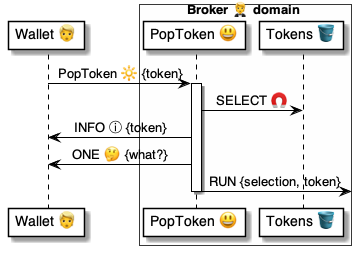
Before: 4 ⚙️ Solution/20 🧑‍🦰 UI/Brokers 🤵/🤵😃 Broker talkers/PopToken 🎫 talker/Token/🤵 PopToken ⚙️ uml.png, a diagram exported from PlantUML (pollyweb-org/pollyweb-docs). Its source is kept beside it as 4 ⚙️ Solution/20 🧑‍🦰 UI/Brokers 🤵/🤵😃 Broker talkers/PopToken 🎫 talker/Token/🤵 PopToken ⚙️ uml.puml. Its diagram source:
```plantuml
@startuml PopToken

participant "Wallet 👱" as wallet
box Broker 🤵 domain #FFFFFA
    participant "PopToken 😃" as popped
    participant "Tokens 🪣" as tokens
end box

wallet -> popped: PopToken 🔆 {token}


activate popped
    popped -> tokens: SELECT 🧲
    popped -> wallet: INFO ⓘ {token}
    popped -> wallet: ONE 🤔 {what?}
    popped -> : RUN {selection, token}
deactivate popped

@enduml
```
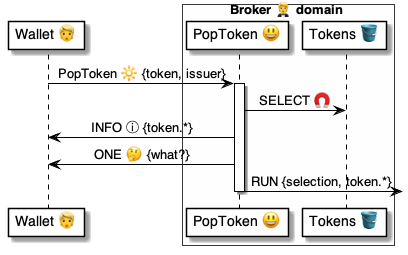
After the change.

What changed in the source:
```diff
@@ -6,14 +6,14 @@
     participant "Tokens 🪣" as tokens
 end box
 
-wallet -> popped: PopToken 🔆 {token}
+wallet -> popped: PopToken 🔆 {token, issuer}
 
 
 activate popped
     popped -> tokens: SELECT 🧲
-    popped -> wallet: INFO ⓘ {token}
+    popped -> wallet: INFO ⓘ {token.*}
     popped -> wallet: ONE 🤔 {what?}
-    popped -> : RUN {selection, token}
+    popped -> : RUN {selection, token.*}
 deactivate popped
 
 @enduml
```
